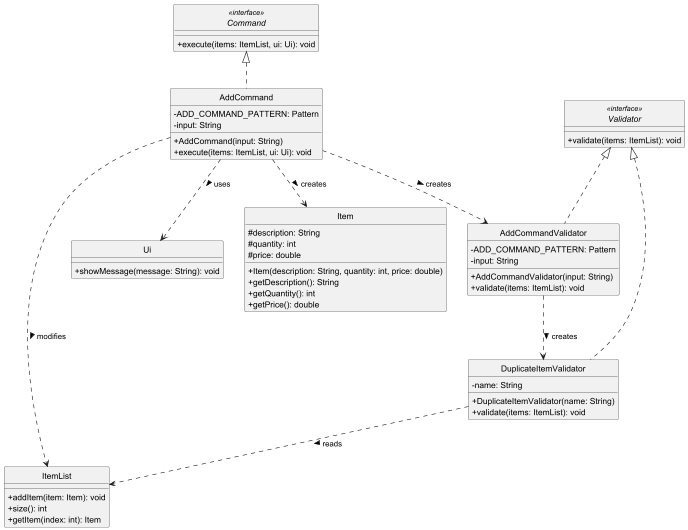
Earlier version of the PlantUML export docs/diagrams/AddCommandClassDiagram.png (adbsw/tp).
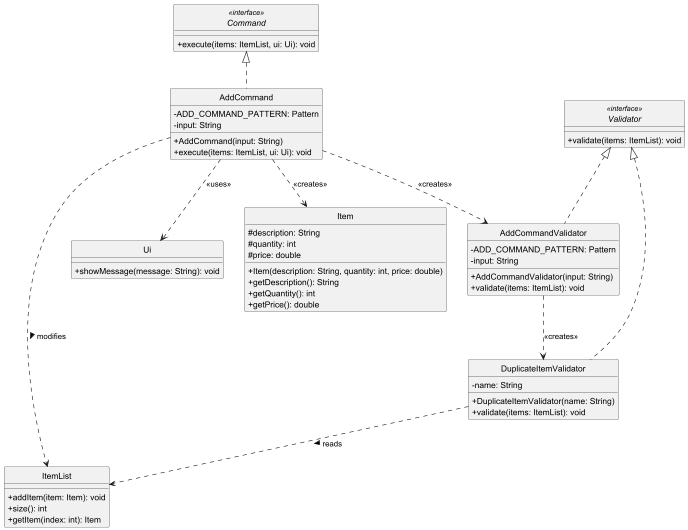
After the change.

Diff of the diagram source:
```diff
@@ -56,11 +56,11 @@
 Validator <|.. AddCommandValidator
 Validator <|.. DuplicateItemValidator
 
-AddCommand ..> AddCommandValidator : creates >
-AddCommand ..> Item : creates >
+AddCommand ..> AddCommandValidator : <<creates>>
+AddCommand ..> Item : <<creates>>
 AddCommand ..> ItemList : modifies >
-AddCommand ..> Ui : uses >
-AddCommandValidator ..> DuplicateItemValidator : creates >
+AddCommand ..> Ui : <<uses>>
+AddCommandValidator ..> DuplicateItemValidator : <<creates>>
 DuplicateItemValidator ..> ItemList : reads >
 
 @enduml
```
